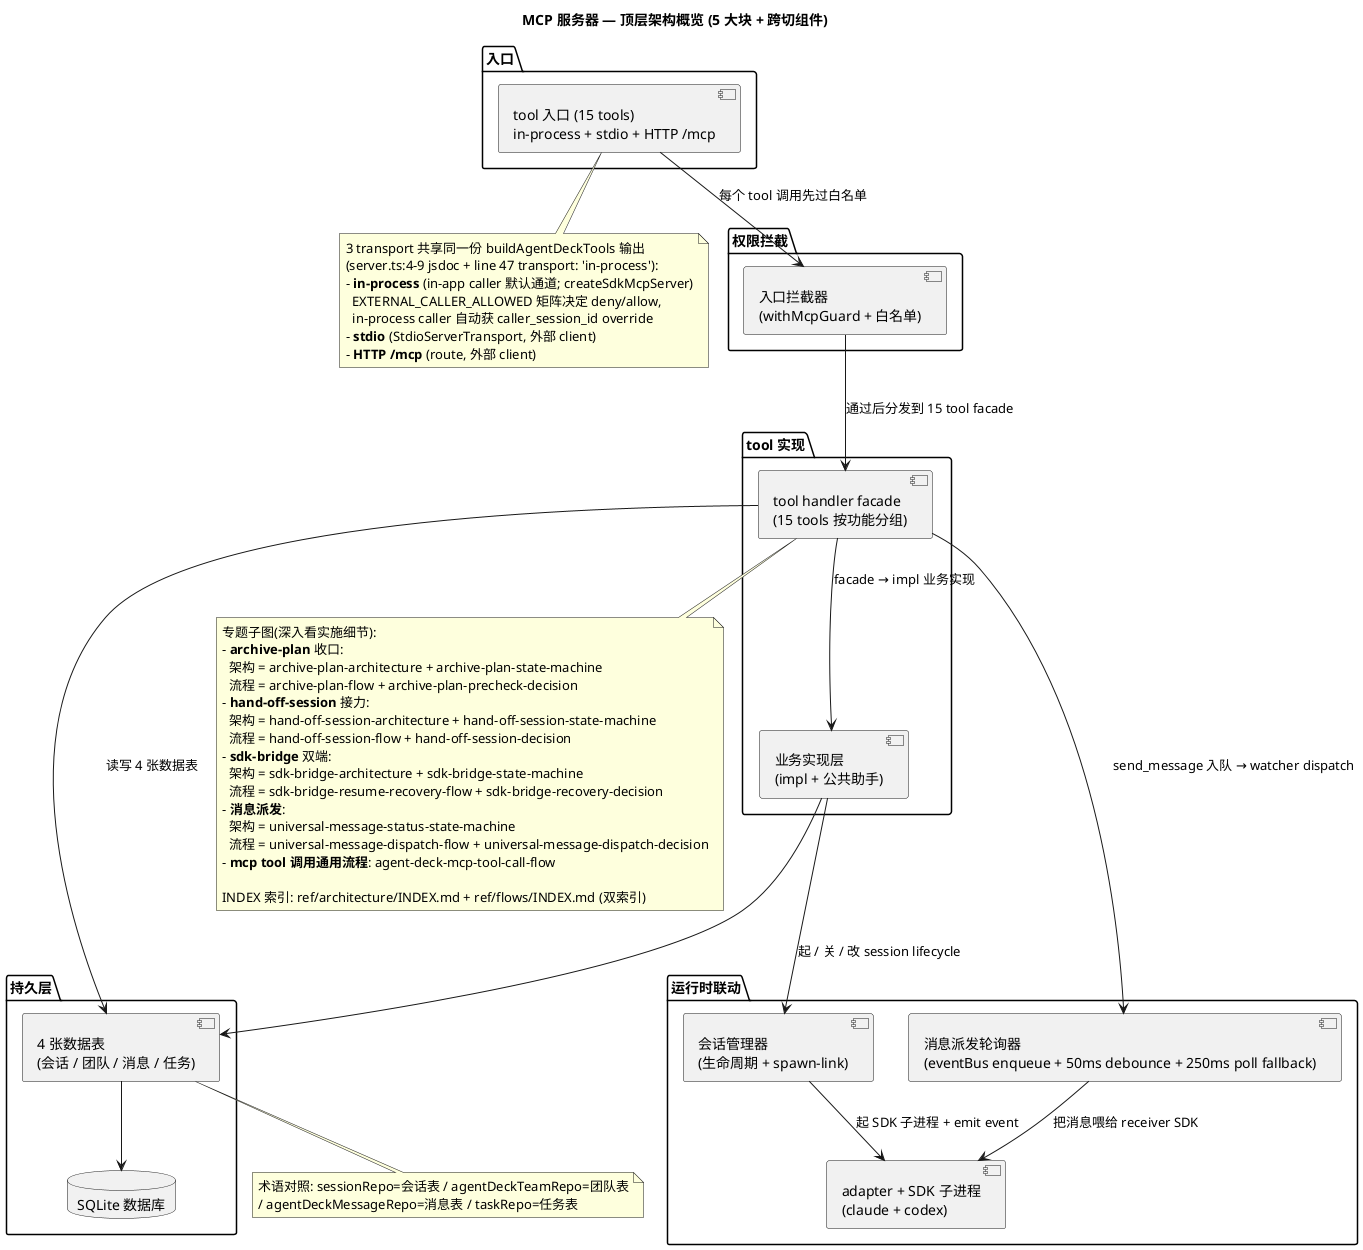
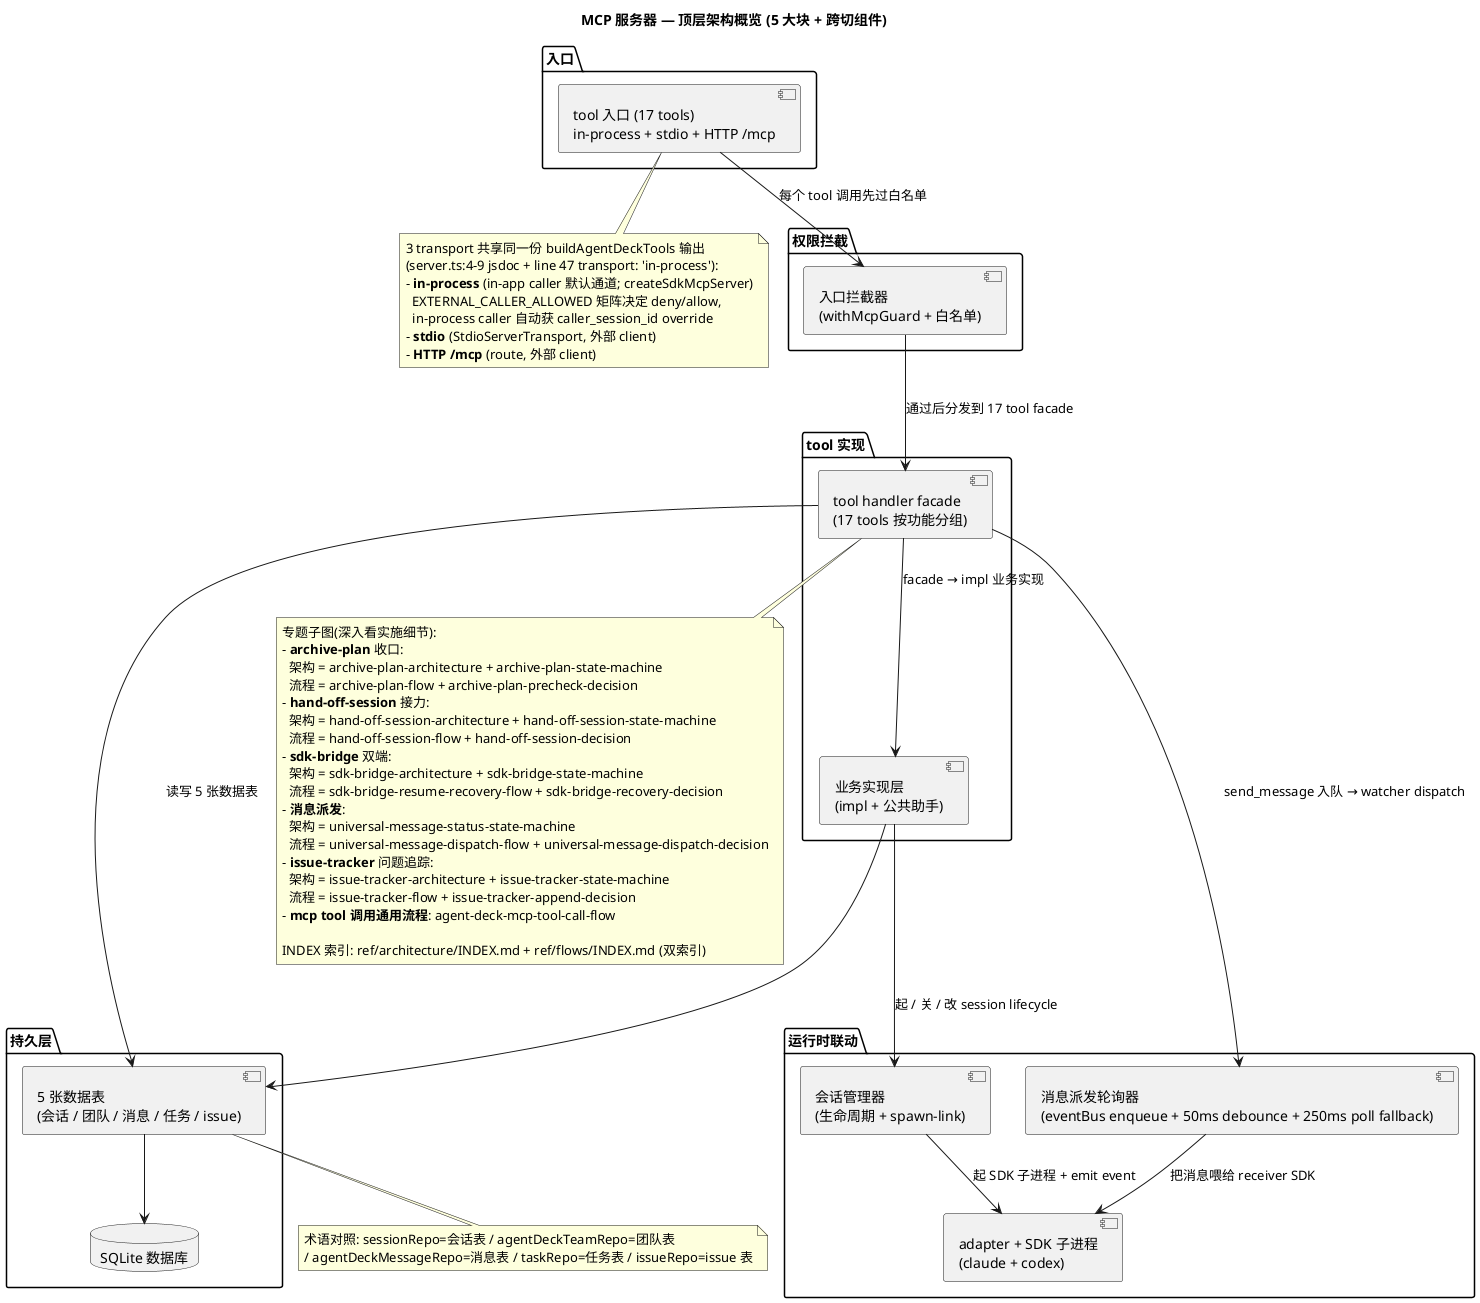
- ' description: MCP 服务器 (agent-deck-mcp) 顶层概览 — 5 大块 + 跨切组件。专题细节见 8 张子图
- ' last_updated: 2026-05-29
+ ' description: MCP 服务器 (agent-deck-mcp) 顶层概览 — 5 大块 + 跨切组件。专题细节见各主题子图
+ ' last_updated: 2026-05-30
@startuml agent-deck-mcp-architecture

title MCP 服务器 — 顶层架构概览 (5 大块 + 跨切组件)

' 节点名用日常术语优先,括号注 codename
' 详细 module 名 / 函数名 / LOC / commit / REVIEW 引用见 INDEX 第 3 列「关联 plan / commit」

package "入口" as L1 {
-   [tool 入口 (15 tools)\nin-process + stdio + HTTP /mcp] as Entry
+   [tool 入口 (17 tools)\nin-process + stdio + HTTP /mcp] as Entry
}

package "权限拦截" as L2 {
  [入口拦截器\n(withMcpGuard + 白名单)] as Guard
}

package "tool 实现" as L3 {
-   [tool handler facade\n(15 tools 按功能分组)] as Handler
+   [tool handler facade\n(17 tools 按功能分组)] as Handler
  [业务实现层\n(impl + 公共助手)] as Impl
}

package "持久层" as L4 {
-   [4 张数据表\n(会话 / 团队 / 消息 / 任务)] as Repos
+   [5 张数据表\n(会话 / 团队 / 消息 / 任务 / issue)] as Repos
  database "SQLite 数据库" as DB
}

package "运行时联动" as L5 {
  [会话管理器\n(生命周期 + spawn-link)] as SM
  [adapter + SDK 子进程\n(claude + codex)] as Adapter
  [消息派发轮询器\n(eventBus enqueue + 50ms debounce + 250ms poll fallback)] as Watcher
}

' ─── 主调用链 ───
Entry --> Guard : 每个 tool 调用先过白名单
- Guard --> Handler : 通过后分发到 15 tool facade
+ Guard --> Handler : 通过后分发到 17 tool facade
Handler --> Impl : facade → impl 业务实现
- Handler --> Repos : 读写 4 张数据表
+ Handler --> Repos : 读写 5 张数据表
Impl --> Repos
Impl --> SM : 起 / 关 / 改 session lifecycle
SM --> Adapter : 起 SDK 子进程 + emit event
Handler --> Watcher : send_message 入队 → watcher dispatch
Watcher --> Adapter : 把消息喂给 receiver SDK
Repos --> DB

' ─── 专题子图 cross-ref (画图人按主题查) ───

note bottom of Handler
  专题子图(深入看实施细节):
  - **archive-plan** 收口:
    架构 = archive-plan-architecture + archive-plan-state-machine
    流程 = archive-plan-flow + archive-plan-precheck-decision
  - **hand-off-session** 接力:
    架构 = hand-off-session-architecture + hand-off-session-state-machine
    流程 = hand-off-session-flow + hand-off-session-decision
  - **sdk-bridge** 双端:
    架构 = sdk-bridge-architecture + sdk-bridge-state-machine
    流程 = sdk-bridge-resume-recovery-flow + sdk-bridge-recovery-decision
  - **消息派发**:
    架构 = universal-message-status-state-machine
    流程 = universal-message-dispatch-flow + universal-message-dispatch-decision
+   - **issue-tracker** 问题追踪:
+     架构 = issue-tracker-architecture + issue-tracker-state-machine
+     流程 = issue-tracker-flow + issue-tracker-append-decision
  - **mcp tool 调用通用流程**: agent-deck-mcp-tool-call-flow

  INDEX 索引: ref/architecture/INDEX.md + ref/flows/INDEX.md (双索引)
end note

note bottom of Entry
  3 transport 共享同一份 buildAgentDeckTools 输出
  (server.ts:4-9 jsdoc + line 47 transport: 'in-process'):
  - **in-process** (in-app caller 默认通道; createSdkMcpServer)
    EXTERNAL_CALLER_ALLOWED 矩阵决定 deny/allow,
    in-process caller 自动获 caller_session_id override
  - **stdio** (StdioServerTransport, 外部 client)
  - **HTTP /mcp** (route, 外部 client)
end note

note bottom of Repos
  术语对照: sessionRepo=会话表 / agentDeckTeamRepo=团队表
-   / agentDeckMessageRepo=消息表 / taskRepo=任务表
+   / agentDeckMessageRepo=消息表 / taskRepo=任务表 / issueRepo=issue 表
end note

@enduml
